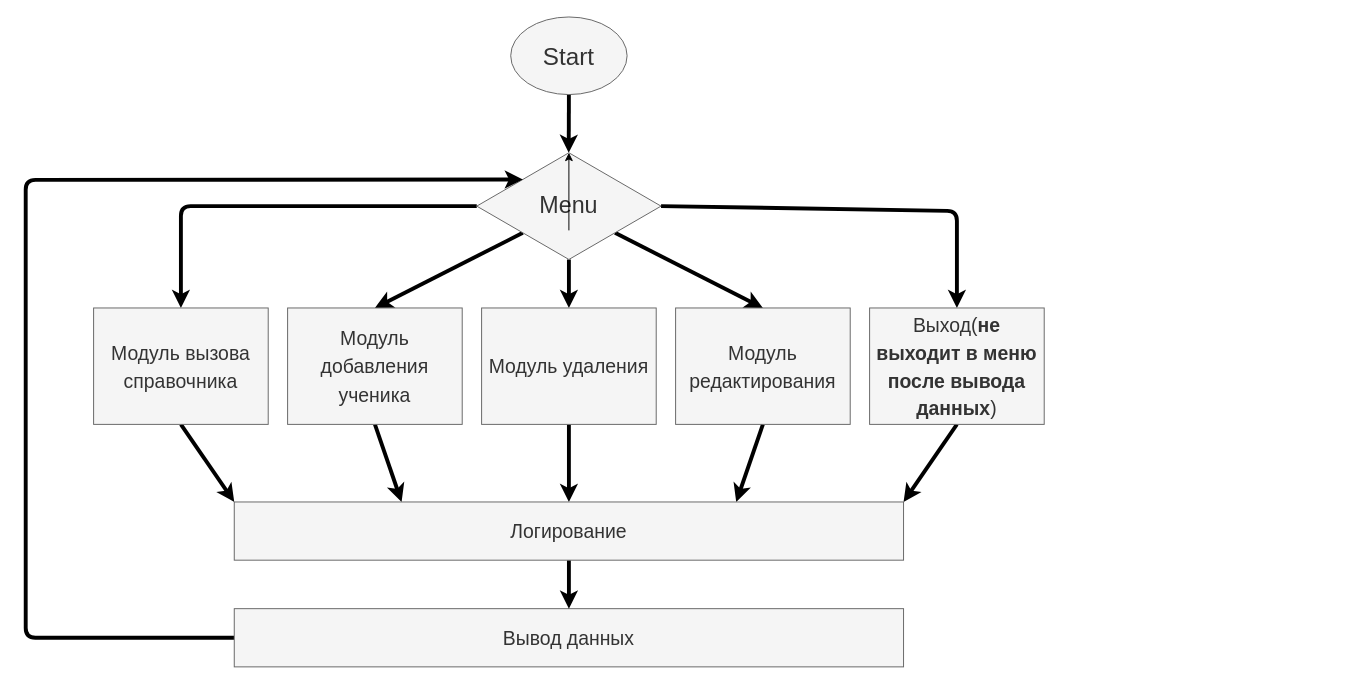
Antonapp355/Python-DZ keeps this draw.io diagram as Dz8/arhitecture.drawio. Above is the earlier version. Source tidied: cells renumbered, new cells numbered last; positions are measured from the earlier drawing's top-left corner, leaving out a move shared by most shapes. Both pictures are drawn from the tidied source at 97%, with x=0, y=0 at pixel (25, 16).
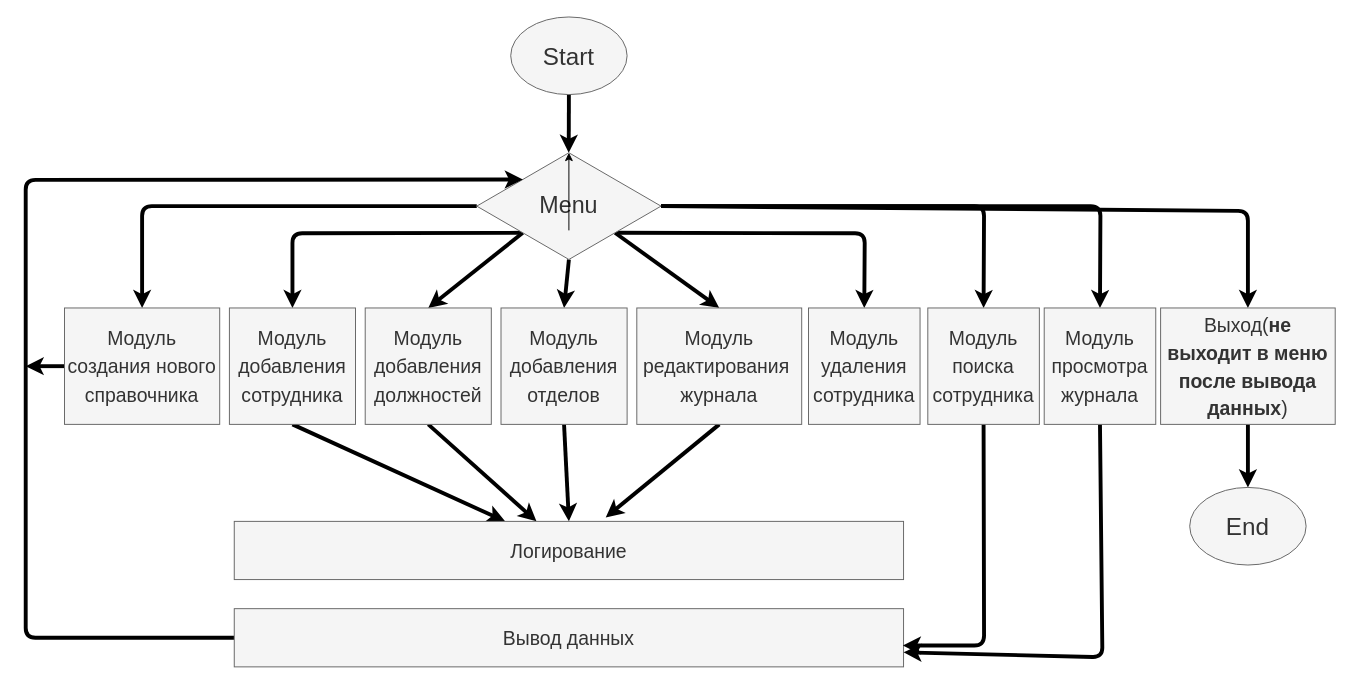
After the change.

Unchanged cells that the change refers to:
```xml
<mxCell id="9" value="&lt;font style=&quot;font-size: 24px&quot;&gt;Menu&lt;/font&gt;" style="rhombus;whiteSpace=wrap;html=1;strokeColor=#666666;fillColor=#f5f5f5;fontColor=#333333;" parent="1" vertex="1">
  <mxGeometry x="465" y="140" width="190" height="110" as="geometry" />
</mxCell>
<mxCell id="22" value="Вывод данных" style="rounded=0;whiteSpace=wrap;html=1;labelBackgroundColor=none;fontSize=20;fontColor=#333333;strokeColor=#666666;fillColor=#f5f5f5;" parent="1" vertex="1">
  <mxGeometry x="215" y="610" width="690" height="60" as="geometry" />
</mxCell>
```

What changed in the source:
```diff
@@
+    <mxCell id="8" style="edgeStyle=none;html=1;exitX=1;exitY=0.5;exitDx=0;exitDy=0;entryX=0.5;entryY=0;entryDx=0;entryDy=0;fontSize=20;fontColor=#000000;strokeWidth=4;" parent="1" edge="1" source="9" target="20">
+      <mxGeometry relative="1" as="geometry">
+        <Array as="points">
+          <mxPoint x="1260" y="200" />
+        </Array>
+      </mxGeometry>
+    </mxCell>
+    <mxCell id="25" style="edgeStyle=none;html=1;exitX=0;exitY=0.5;exitDx=0;exitDy=0;entryX=0.5;entryY=0;entryDx=0;entryDy=0;strokeWidth=4;" parent="1" edge="1" source="9" target="31">
+      <mxGeometry relative="1" as="geometry">
+        <Array as="points">
+          <mxPoint x="120" y="195" />
+        </Array>
+      </mxGeometry>
+    </mxCell>
-    <mxCell id="4" style="edgeStyle=none;html=1;exitX=0;exitY=1;exitDx=0;exitDy=0;entryX=0.5;entryY=0;entryDx=0;entryDy=0;fontSize=20;strokeWidth=4;" parent="1" edge="1" source="9" target="12">
-      <mxGeometry relative="1" as="geometry" />
+    <mxCell id="4" style="edgeStyle=none;html=1;exitX=0;exitY=1;exitDx=0;exitDy=0;entryX=0.5;entryY=0;entryDx=0;entryDy=0;strokeWidth=4;" parent="1" edge="1" source="9" target="12">
+      <mxGeometry relative="1" as="geometry">
+        <Array as="points">
+          <mxPoint x="275" y="223" />
+        </Array>
+      </mxGeometry>
     </mxCell>
+    <mxCell id="26" style="edgeStyle=none;html=1;exitX=0;exitY=1;exitDx=0;exitDy=0;entryX=0.5;entryY=0;entryDx=0;entryDy=0;strokeWidth=4;" parent="1" edge="1" source="9" target="33">
+      <mxGeometry relative="1" as="geometry" />
+    </mxCell>
-    <mxCell id="5" style="edgeStyle=none;html=1;exitX=1;exitY=1;exitDx=0;exitDy=0;entryX=0.5;entryY=0;entryDx=0;entryDy=0;fontSize=20;fontColor=#000000;strokeWidth=4;" parent="1" edge="1" source="9" target="18">
+    <mxCell id="5" style="edgeStyle=none;html=1;exitX=0.5;exitY=1;exitDx=0;exitDy=0;entryX=0.5;entryY=0;entryDx=0;entryDy=0;strokeWidth=4;" parent="1" edge="1" source="9" target="18">
       <mxGeometry relative="1" as="geometry" />
     </mxCell>
+    <mxCell id="7" style="edgeStyle=none;html=1;exitX=1;exitY=1;exitDx=0;exitDy=0;entryX=0.5;entryY=0;entryDx=0;entryDy=0;strokeWidth=4;" parent="1" edge="1" source="9" target="14">
+      <mxGeometry relative="1" as="geometry" />
+    </mxCell>
-    <mxCell id="6" style="edgeStyle=none;html=1;exitX=0.5;exitY=1;exitDx=0;exitDy=0;entryX=0.5;entryY=0;entryDx=0;entryDy=0;fontSize=20;fontColor=#000000;strokeWidth=4;" parent="1" edge="1" source="9" target="16">
-      <mxGeometry relative="1" as="geometry" />
+    <mxCell id="6" style="edgeStyle=none;html=1;exitX=1;exitY=1;exitDx=0;exitDy=0;entryX=0.5;entryY=0;entryDx=0;entryDy=0;strokeWidth=4;" parent="1" edge="1" source="9" target="16">
+      <mxGeometry relative="1" as="geometry">
+        <Array as="points">
+          <mxPoint x="865" y="223" />
+        </Array>
+      </mxGeometry>
     </mxCell>
-    <mxCell id="7" style="edgeStyle=none;html=1;exitX=0;exitY=0.5;exitDx=0;exitDy=0;entryX=0.5;entryY=0;entryDx=0;entryDy=0;fontSize=20;fontColor=#000000;strokeWidth=4;" parent="1" edge="1" source="9" target="14">
-      <mxGeometry relative="1" as="geometry">
-        <Array as="points">
-          <mxPoint x="160" y="195" />
-        </Array>
-      </mxGeometry>
-    </mxCell>
-    <mxCell id="8" style="edgeStyle=none;html=1;exitX=1;exitY=0.5;exitDx=0;exitDy=0;entryX=0.5;entryY=0;entryDx=0;entryDy=0;fontSize=20;fontColor=#000000;strokeWidth=4;" parent="1" edge="1" source="9" target="20">
-      <mxGeometry relative="1" as="geometry">
-        <Array as="points">
-          <mxPoint x="960" y="200" />
-        </Array>
-      </mxGeometry>
-    </mxCell>
+    <mxCell id="27" style="edgeStyle=none;html=1;exitX=1;exitY=0.5;exitDx=0;exitDy=0;entryX=0.5;entryY=0;entryDx=0;entryDy=0;strokeWidth=4;" parent="1" edge="1" source="9" target="35">
+      <mxGeometry relative="1" as="geometry">
+        <Array as="points">
+          <mxPoint x="988" y="195" />
+        </Array>
+      </mxGeometry>
+    </mxCell>
+    <mxCell id="28" style="edgeStyle=none;html=1;exitX=1;exitY=0.5;exitDx=0;exitDy=0;entryX=0.5;entryY=0;entryDx=0;entryDy=0;strokeWidth=4;" parent="1" edge="1" source="9" target="37">
+      <mxGeometry relative="1" as="geometry">
+        <Array as="points">
+          <mxPoint x="1108" y="195" />
+        </Array>
+      </mxGeometry>
+    </mxCell>
@@
-    <mxCell id="11" style="edgeStyle=none;html=1;exitX=0.5;exitY=1;exitDx=0;exitDy=0;entryX=0.25;entryY=0;entryDx=0;entryDy=0;fontSize=20;fontColor=#000000;strokeWidth=4;" parent="1" edge="1" source="12" target="24">
+    <mxCell id="11" style="edgeStyle=none;html=1;exitX=0.5;exitY=1;exitDx=0;exitDy=0;strokeWidth=4;" parent="1" edge="1" source="12" target="24">
       <mxGeometry relative="1" as="geometry" />
     </mxCell>
-    <mxCell id="12" value="&lt;font style=&quot;font-size: 20px&quot;&gt;Модуль добавления ученика&lt;/font&gt;" style="rounded=0;whiteSpace=wrap;html=1;fontSize=24;strokeColor=#666666;fillColor=#f5f5f5;fontColor=#333333;" parent="1" vertex="1">
-      <mxGeometry x="270" y="300" width="180" height="120" as="geometry" />
+    <mxCell id="12" value="&lt;font style=&quot;font-size: 20px&quot;&gt;Модуль добавления сотрудника&lt;/font&gt;" style="rounded=0;whiteSpace=wrap;html=1;fontSize=24;strokeColor=#666666;fillColor=#f5f5f5;fontColor=#333333;" parent="1" vertex="1">
+      <mxGeometry x="210" y="300" width="130" height="120" as="geometry" />
     </mxCell>
-    <mxCell id="13" style="edgeStyle=none;html=1;exitX=0.5;exitY=1;exitDx=0;exitDy=0;entryX=0;entryY=0;entryDx=0;entryDy=0;fontSize=20;fontColor=#000000;strokeWidth=4;" parent="1" edge="1" source="14" target="24">
+    <mxCell id="13" style="edgeStyle=none;html=1;exitX=0.5;exitY=1;exitDx=0;exitDy=0;entryX=0.555;entryY=-0.067;entryDx=0;entryDy=0;entryPerimeter=0;strokeWidth=4;" parent="1" edge="1" source="14" target="24">
       <mxGeometry relative="1" as="geometry" />
     </mxCell>
-    <mxCell id="14" value="&lt;font style=&quot;font-size: 20px&quot;&gt;Модуль вызова&lt;br&gt;справочника&lt;br&gt;&lt;/font&gt;" style="rounded=0;whiteSpace=wrap;html=1;fontSize=24;strokeColor=#666666;fillColor=#f5f5f5;fontColor=#333333;" parent="1" vertex="1">
-      <mxGeometry x="70" y="300" width="180" height="120" as="geometry" />
+    <mxCell id="14" value="&lt;font style=&quot;font-size: 20px&quot;&gt;Модуль редактирования&amp;nbsp;&lt;br&gt;журнала&lt;br&gt;&lt;/font&gt;" style="rounded=0;whiteSpace=wrap;html=1;fontSize=24;strokeColor=#666666;fillColor=#f5f5f5;fontColor=#333333;" parent="1" vertex="1">
+      <mxGeometry x="630" y="300" width="170" height="120" as="geometry" />
     </mxCell>
-    <mxCell id="15" style="edgeStyle=none;html=1;exitX=0.5;exitY=1;exitDx=0;exitDy=0;entryX=0.5;entryY=0;entryDx=0;entryDy=0;fontSize=20;fontColor=#000000;strokeWidth=4;" parent="1" edge="1" source="16" target="24">
-      <mxGeometry relative="1" as="geometry" />
-    </mxCell>
-    <mxCell id="16" value="&lt;font&gt;&lt;font style=&quot;font-size: 20px&quot;&gt;Модуль удаления&lt;/font&gt;&lt;/font&gt;" style="rounded=0;whiteSpace=wrap;html=1;fontSize=24;strokeColor=#666666;fillColor=#f5f5f5;fontColor=#333333;" parent="1" vertex="1">
-      <mxGeometry x="470" y="300" width="180" height="120" as="geometry" />
+    <mxCell id="16" value="&lt;font&gt;&lt;font style=&quot;font-size: 20px&quot;&gt;Модуль&lt;br&gt;удаления&lt;br&gt;сотрудника&lt;br&gt;&lt;/font&gt;&lt;/font&gt;" style="rounded=0;whiteSpace=wrap;html=1;fontSize=24;strokeColor=#666666;fillColor=#f5f5f5;fontColor=#333333;" parent="1" vertex="1">
+      <mxGeometry x="807" y="300" width="115" height="120" as="geometry" />
     </mxCell>
-    <mxCell id="17" style="edgeStyle=none;html=1;exitX=0.5;exitY=1;exitDx=0;exitDy=0;entryX=0.75;entryY=0;entryDx=0;entryDy=0;fontSize=20;fontColor=#000000;strokeWidth=4;" parent="1" edge="1" source="18" target="24">
+    <mxCell id="17" style="edgeStyle=none;html=1;exitX=0.5;exitY=1;exitDx=0;exitDy=0;entryX=0.5;entryY=0;entryDx=0;entryDy=0;strokeWidth=4;" parent="1" edge="1" source="18" target="24">
       <mxGeometry relative="1" as="geometry" />
     </mxCell>
-    <mxCell id="18" value="&lt;font style=&quot;font-size: 20px&quot;&gt;Модуль редактирования&lt;/font&gt;" style="rounded=0;whiteSpace=wrap;html=1;fontSize=24;strokeColor=#666666;fillColor=#f5f5f5;fontColor=#333333;" parent="1" vertex="1">
-      <mxGeometry x="670" y="300" width="180" height="120" as="geometry" />
+    <mxCell id="18" value="&lt;font style=&quot;font-size: 20px&quot;&gt;Модуль добавления отделов&lt;/font&gt;" style="rounded=0;whiteSpace=wrap;html=1;fontSize=24;strokeColor=#666666;fillColor=#f5f5f5;fontColor=#333333;" parent="1" vertex="1">
+      <mxGeometry x="490" y="300" width="130" height="120" as="geometry" />
     </mxCell>
-    <mxCell id="19" style="edgeStyle=none;html=1;exitX=0.5;exitY=1;exitDx=0;exitDy=0;entryX=1;entryY=0;entryDx=0;entryDy=0;fontSize=20;fontColor=#000000;strokeWidth=4;" parent="1" edge="1" source="20" target="24">
-      <mxGeometry relative="1" as="geometry" />
-    </mxCell>
+    <mxCell id="29" style="edgeStyle=none;html=1;exitX=0.5;exitY=1;exitDx=0;exitDy=0;entryX=0.5;entryY=0;entryDx=0;entryDy=0;strokeWidth=4;" parent="1" edge="1" source="20" target="38">
+      <mxGeometry relative="1" as="geometry" />
+    </mxCell>
     <mxCell id="20" value="&lt;font style=&quot;font-size: 20px&quot;&gt;Выход(&lt;b&gt;не выходит в меню после вывода данных&lt;/b&gt;)&lt;/font&gt;" style="rounded=0;whiteSpace=wrap;html=1;fontSize=24;strokeColor=#666666;fillColor=#f5f5f5;fontColor=#333333;" parent="1" vertex="1">
-      <mxGeometry x="870" y="300" width="180" height="120" as="geometry" />
+      <mxGeometry x="1170" y="300" width="180" height="120" as="geometry" />
     </mxCell>
@@
-    <mxCell id="23" style="edgeStyle=none;html=1;exitX=0.5;exitY=1;exitDx=0;exitDy=0;entryX=0.5;entryY=0;entryDx=0;entryDy=0;fontSize=20;fontColor=#000000;strokeWidth=4;" parent="1" edge="1" source="24" target="22">
-      <mxGeometry relative="1" as="geometry" />
-    </mxCell>
+    <mxCell id="30" style="edgeStyle=none;html=1;exitX=0;exitY=0.5;exitDx=0;exitDy=0;strokeWidth=4;" parent="1" edge="1" source="31">
+      <mxGeometry relative="1" as="geometry">
+        <mxPoint y="360" as="targetPoint" />
+      </mxGeometry>
+    </mxCell>
+    <mxCell id="31" value="&lt;font style=&quot;font-size: 20px&quot;&gt;Модуль создания нового справочника&lt;br&gt;&lt;/font&gt;" style="rounded=0;whiteSpace=wrap;html=1;fontSize=24;strokeColor=#666666;fillColor=#f5f5f5;fontColor=#333333;" parent="1" vertex="1">
+      <mxGeometry x="40" y="300" width="160" height="120" as="geometry" />
+    </mxCell>
+    <mxCell id="32" style="edgeStyle=none;html=1;exitX=0.5;exitY=1;exitDx=0;exitDy=0;strokeWidth=4;" parent="1" edge="1" source="33" target="24">
+      <mxGeometry relative="1" as="geometry" />
+    </mxCell>
+    <mxCell id="33" value="&lt;font style=&quot;font-size: 20px&quot;&gt;Модуль добавления должностей&lt;/font&gt;" style="rounded=0;whiteSpace=wrap;html=1;fontSize=24;strokeColor=#666666;fillColor=#f5f5f5;fontColor=#333333;" parent="1" vertex="1">
+      <mxGeometry x="350" y="300" width="130" height="120" as="geometry" />
+    </mxCell>
+    <mxCell id="34" style="edgeStyle=none;html=1;exitX=0.5;exitY=1;exitDx=0;exitDy=0;entryX=0.999;entryY=0.633;entryDx=0;entryDy=0;entryPerimeter=0;strokeWidth=4;" parent="1" edge="1" source="35" target="22">
+      <mxGeometry relative="1" as="geometry">
+        <Array as="points">
+          <mxPoint x="988" y="648" />
+        </Array>
+      </mxGeometry>
+    </mxCell>
+    <mxCell id="35" value="&lt;font&gt;&lt;font style=&quot;font-size: 20px&quot;&gt;Модуль поиска сотрудника&lt;br&gt;&lt;/font&gt;&lt;/font&gt;" style="rounded=0;whiteSpace=wrap;html=1;fontSize=24;strokeColor=#666666;fillColor=#f5f5f5;fontColor=#333333;" parent="1" vertex="1">
+      <mxGeometry x="930" y="300" width="115" height="120" as="geometry" />
+    </mxCell>
+    <mxCell id="36" style="edgeStyle=none;html=1;exitX=0.5;exitY=1;exitDx=0;exitDy=0;entryX=1;entryY=0.75;entryDx=0;entryDy=0;strokeWidth=4;" parent="1" edge="1" source="37" target="22">
+      <mxGeometry relative="1" as="geometry">
+        <Array as="points">
+          <mxPoint x="1110" y="660" />
+        </Array>
+      </mxGeometry>
+    </mxCell>
+    <mxCell id="37" value="&lt;font&gt;&lt;font style=&quot;font-size: 20px&quot;&gt;Модуль просмотра журнала&lt;br&gt;&lt;/font&gt;&lt;/font&gt;" style="rounded=0;whiteSpace=wrap;html=1;fontSize=24;strokeColor=#666666;fillColor=#f5f5f5;fontColor=#333333;" parent="1" vertex="1">
+      <mxGeometry x="1050" y="300" width="115" height="120" as="geometry" />
+    </mxCell>
+    <mxCell id="38" value="&lt;span style=&quot;font-size: 25px&quot;&gt;End&lt;/span&gt;" style="ellipse;whiteSpace=wrap;html=1;strokeColor=#666666;fillColor=#f5f5f5;fontColor=#333333;" parent="1" vertex="1">
+      <mxGeometry x="1200" y="485" width="120" height="80" as="geometry" />
+    </mxCell>
     <mxCell id="24" value="Логирование" style="rounded=0;whiteSpace=wrap;html=1;labelBackgroundColor=none;fontSize=20;fontColor=#333333;strokeColor=#666666;fillColor=#f5f5f5;" parent="1" vertex="1">
-      <mxGeometry x="215" y="500" width="690" height="60" as="geometry" />
+      <mxGeometry x="215" y="520" width="690" height="60" as="geometry" />
     </mxCell>
```
